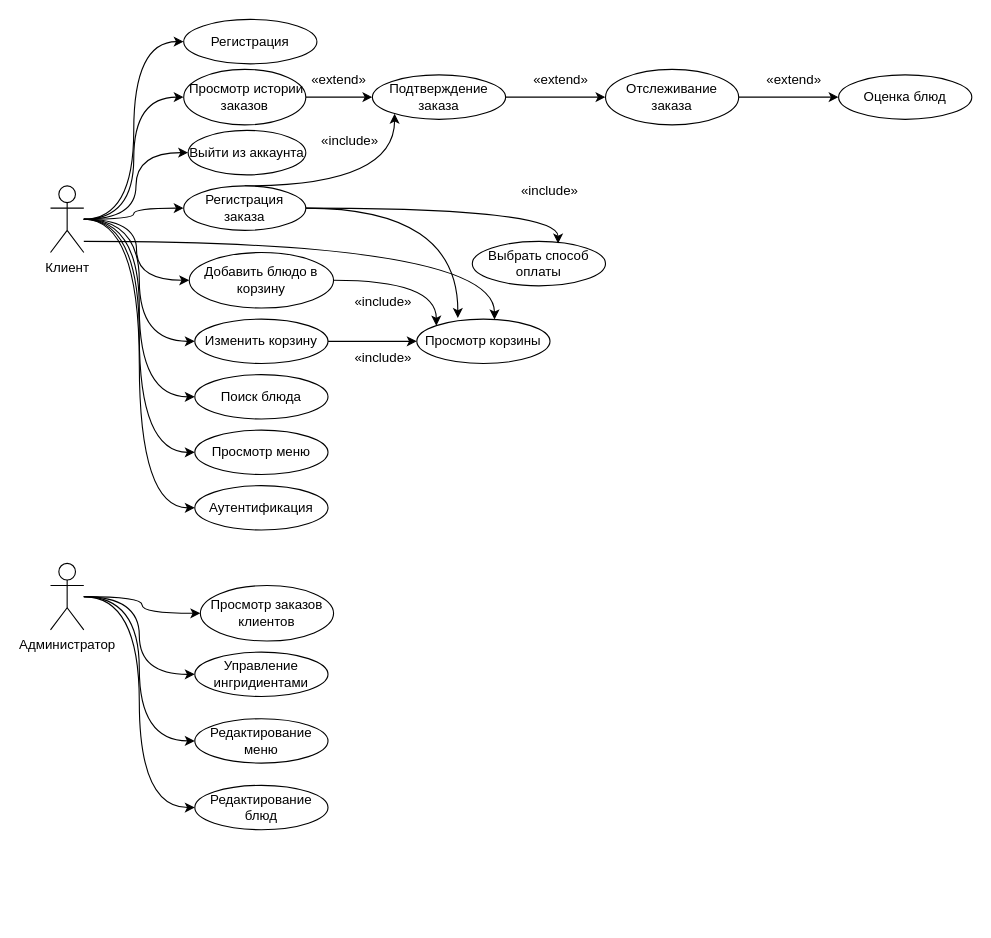
fevoritos/kentucky-baked-pizza keeps this draw.io diagram as use-case.drawio. Above is the earlier version. Source tidied: cells renumbered, new cells numbered last; positions are measured from the earlier drawing's top-left corner, leaving out a move shared by most shapes. Both pictures are drawn from the tidied source at 111%, with x=0, y=0 at pixel (50, 19).
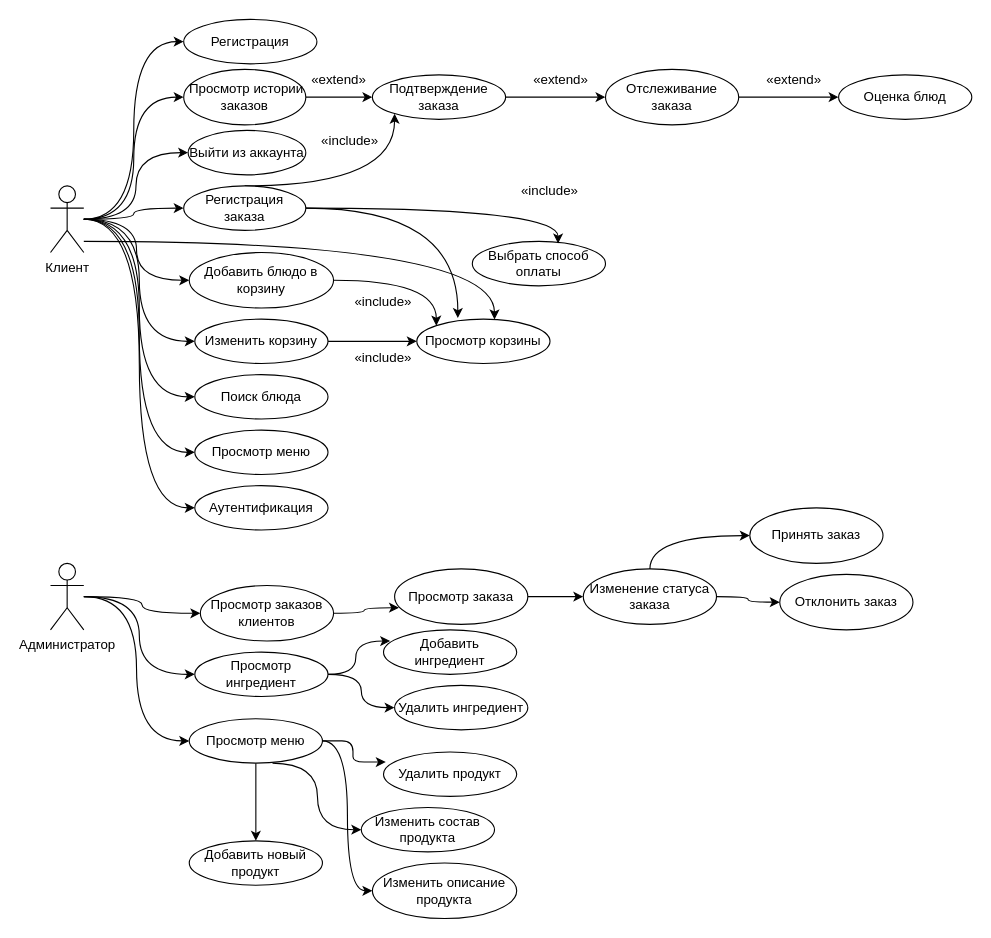
Above is the later version.

Unchanged cells that the change refers to:
```xml
<mxCell id="17" value="Администратор&lt;div&gt;&lt;br&gt;&lt;/div&gt;" style="shape=umlActor;verticalLabelPosition=bottom;verticalAlign=top;html=1;outlineConnect=0;" parent="1" vertex="1">
  <mxGeometry y="490" width="30" height="60" as="geometry" />
</mxCell>
<mxCell id="24" value="Просмотр заказов клиентов" style="ellipse;whiteSpace=wrap;html=1;" parent="1" vertex="1">
  <mxGeometry x="135" y="510" width="120" height="50" as="geometry" />
</mxCell>
```

Change to the diagram source:
```diff
@@
-    <mxCell id="16" style="edgeStyle=orthogonalEdgeStyle;rounded=0;jettySize=auto;html=1;entryX=0;entryY=0.5;entryDx=0;entryDy=0;curved=1;" parent="1" edge="1" source="17" target="27">
-      <mxGeometry relative="1" as="geometry" />
-    </mxCell>
@@
+    <mxCell id="52" style="edgeStyle=orthogonalEdgeStyle;rounded=0;jettySize=auto;html=1;entryX=0;entryY=0.5;entryDx=0;entryDy=0;curved=1;" parent="1" edge="1" source="25" target="65">
+      <mxGeometry relative="1" as="geometry" />
+    </mxCell>
-    <mxCell id="25" value="Управление ингридиентами" style="ellipse;whiteSpace=wrap;html=1;" parent="1" vertex="1">
+    <mxCell id="25" value="Просмотр ингредиент" style="ellipse;whiteSpace=wrap;html=1;" parent="1" vertex="1">
       <mxGeometry x="130" y="570" width="120" height="40" as="geometry" />
     </mxCell>
+    <mxCell id="53" style="edgeStyle=orthogonalEdgeStyle;rounded=0;jettySize=auto;html=1;entryX=0;entryY=0.5;entryDx=0;entryDy=0;curved=1;" parent="1" edge="1" source="26" target="70">
+      <mxGeometry relative="1" as="geometry" />
+    </mxCell>
+    <mxCell id="54" style="edgeStyle=orthogonalEdgeStyle;rounded=0;jettySize=auto;html=1;" parent="1" edge="1" source="26" target="71">
+      <mxGeometry relative="1" as="geometry" />
+    </mxCell>
-    <mxCell id="26" value="Редактирование меню" style="ellipse;whiteSpace=wrap;html=1;" parent="1" vertex="1">
-      <mxGeometry x="130" y="630" width="120" height="40" as="geometry" />
+    <mxCell id="26" value="Просмотр меню" style="ellipse;whiteSpace=wrap;html=1;" parent="1" vertex="1">
+      <mxGeometry x="125" y="630" width="120" height="40" as="geometry" />
     </mxCell>
-    <mxCell id="27" value="Редактирование блюд" style="ellipse;whiteSpace=wrap;html=1;" parent="1" vertex="1">
-      <mxGeometry x="130" y="690" width="120" height="40" as="geometry" />
-    </mxCell>
@@
-    <mxCell id="44" style="edgeStyle=orthogonalEdgeStyle;rounded=0;orthogonalLoop=1;jettySize=auto;html=1;exitX=0.5;exitY=1;exitDx=0;exitDy=0;" parent="1" edge="1" source="27" target="27">
-      <mxGeometry relative="1" as="geometry" />
+    <mxCell id="44" style="edgeStyle=orthogonalEdgeStyle;rounded=0;orthogonalLoop=1;jettySize=auto;html=1;exitX=0.5;exitY=1;exitDx=0;exitDy=0;" parent="1" edge="1">
+      <mxGeometry relative="1" as="geometry">
+        <mxPoint x="160" y="740" as="sourcePoint" />
+        <mxPoint x="160" y="740" as="targetPoint" />
+      </mxGeometry>
     </mxCell>
@@
+    <mxCell id="55" style="edgeStyle=orthogonalEdgeStyle;rounded=0;jettySize=auto;html=1;entryX=0;entryY=0.5;entryDx=0;entryDy=0;curved=1;" parent="1" edge="1" source="56" target="59">
+      <mxGeometry relative="1" as="geometry" />
+    </mxCell>
+    <mxCell id="56" value="Просмотр заказа" style="ellipse;whiteSpace=wrap;html=1;" parent="1" vertex="1">
+      <mxGeometry x="310" y="495" width="120" height="50" as="geometry" />
+    </mxCell>
+    <mxCell id="57" style="edgeStyle=orthogonalEdgeStyle;rounded=0;jettySize=auto;html=1;entryX=0;entryY=0.5;entryDx=0;entryDy=0;curved=1;exitX=0.5;exitY=0;exitDx=0;exitDy=0;" parent="1" edge="1" source="59" target="61">
+      <mxGeometry relative="1" as="geometry" />
+    </mxCell>
+    <mxCell id="58" style="edgeStyle=orthogonalEdgeStyle;rounded=0;jettySize=auto;html=1;entryX=0;entryY=0.5;entryDx=0;entryDy=0;curved=1;" parent="1" edge="1" source="59" target="62">
+      <mxGeometry relative="1" as="geometry" />
+    </mxCell>
+    <mxCell id="59" value="Изменение статуса заказа" style="ellipse;whiteSpace=wrap;html=1;" parent="1" vertex="1">
+      <mxGeometry x="480" y="495" width="120" height="50" as="geometry" />
+    </mxCell>
+    <mxCell id="60" style="edgeStyle=orthogonalEdgeStyle;rounded=0;jettySize=auto;html=1;entryX=0.033;entryY=0.7;entryDx=0;entryDy=0;entryPerimeter=0;curved=1;" parent="1" edge="1" source="24" target="56">
+      <mxGeometry relative="1" as="geometry" />
+    </mxCell>
+    <mxCell id="61" value="Принять заказ" style="ellipse;whiteSpace=wrap;html=1;" parent="1" vertex="1">
+      <mxGeometry x="630" y="440" width="120" height="50" as="geometry" />
+    </mxCell>
+    <mxCell id="62" value="Отклонить заказ" style="ellipse;whiteSpace=wrap;html=1;" parent="1" vertex="1">
+      <mxGeometry x="657" y="500" width="120" height="50" as="geometry" />
+    </mxCell>
+    <mxCell id="63" value="Добавить ингредиент" style="ellipse;whiteSpace=wrap;html=1;" parent="1" vertex="1">
+      <mxGeometry x="300" y="550" width="120" height="40" as="geometry" />
+    </mxCell>
+    <mxCell id="64" style="edgeStyle=orthogonalEdgeStyle;rounded=0;jettySize=auto;html=1;entryX=0.05;entryY=0.25;entryDx=0;entryDy=0;entryPerimeter=0;curved=1;" parent="1" edge="1" source="25" target="63">
+      <mxGeometry relative="1" as="geometry" />
+    </mxCell>
+    <mxCell id="65" value="Удалить ингредиент" style="ellipse;whiteSpace=wrap;html=1;" parent="1" vertex="1">
+      <mxGeometry x="310" y="600" width="120" height="40" as="geometry" />
+    </mxCell>
+    <mxCell id="66" value="Удалить продукт" style="ellipse;whiteSpace=wrap;html=1;" parent="1" vertex="1">
+      <mxGeometry x="300" y="660" width="120" height="40" as="geometry" />
+    </mxCell>
+    <mxCell id="67" style="edgeStyle=orthogonalEdgeStyle;rounded=1;jettySize=auto;html=1;entryX=0.017;entryY=0.225;entryDx=0;entryDy=0;entryPerimeter=0;curved=0;" parent="1" edge="1" source="26" target="66">
+      <mxGeometry relative="1" as="geometry" />
+    </mxCell>
+    <mxCell id="68" value="Изменить состав продукта" style="ellipse;whiteSpace=wrap;html=1;" parent="1" vertex="1">
+      <mxGeometry x="280" y="710" width="120" height="40" as="geometry" />
+    </mxCell>
+    <mxCell id="69" style="edgeStyle=orthogonalEdgeStyle;rounded=0;jettySize=auto;html=1;entryX=0;entryY=0.5;entryDx=0;entryDy=0;curved=1;" parent="1" edge="1" target="68">
+      <mxGeometry relative="1" as="geometry">
+        <mxPoint x="200" y="670" as="sourcePoint" />
+      </mxGeometry>
+    </mxCell>
+    <mxCell id="70" value="Изменить описание продукта" style="ellipse;whiteSpace=wrap;html=1;" parent="1" vertex="1">
+      <mxGeometry x="290" y="760" width="130" height="50" as="geometry" />
+    </mxCell>
+    <mxCell id="71" value="Добавить новый продукт" style="ellipse;whiteSpace=wrap;html=1;" parent="1" vertex="1">
+      <mxGeometry x="125" y="740" width="120" height="40" as="geometry" />
+    </mxCell>
```
